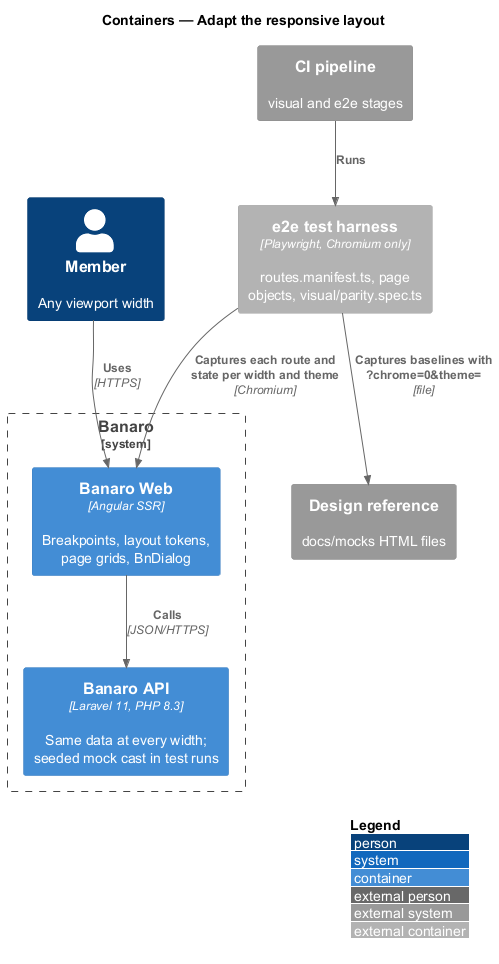
Earlier version of the PlantUML export docs/detailed-designs/user-experience/adapt-responsive-layout/diagrams/c4-container.png (QuinntyneBrown/banaro).
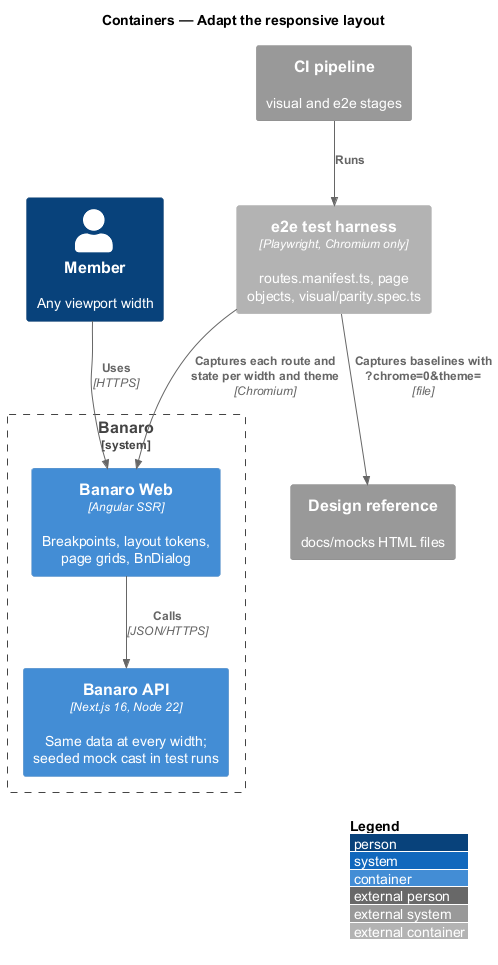
Above is the later version.

What changed in the source:
```diff
@@ -10,7 +10,7 @@
 
 System_Boundary(banaro, "Banaro") {
   Container(web, "Banaro Web", "Angular SSR", "Breakpoints, layout tokens, page grids, BnDialog")
-  Container(api, "Banaro API", "Laravel 11, PHP 8.3", "Same data at every width; seeded mock cast in test runs")
+  Container(api, "Banaro API", "Next.js 16, Node 22", "Same data at every width; seeded mock cast in test runs")
 }
 
 Rel(member, web, "Uses", "HTTPS")
```
